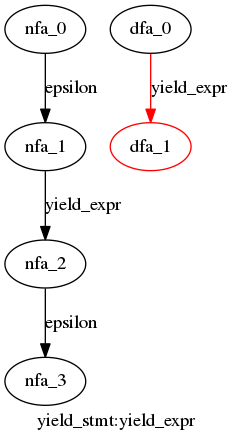
WinChua/blog keeps this Graphviz diagram as cpython/grammar/handwrite/nfa_dfas/26.yield_stmt.dot.png. Above is the earlier version. Its source is kept beside it as cpython/grammar/handwrite/nfa_dfas/26.yield_stmt.dot.
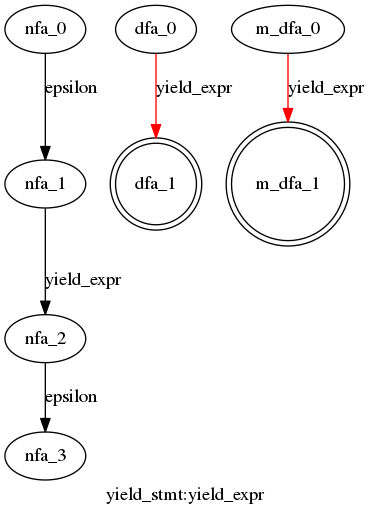
The same diagram one commit later.

Diff of the diagram source:
```diff
@@ -7,6 +7,10 @@
   }
  subgraph yield_stmt_dfa {
   dfa_0->dfa_1[label="yield_expr",color=red]
-  dfa_1[color=red]
+  dfa_1[shape=doublecircle]
+  }
+ subgraph yield_stmt_m_dfa {
+  m_dfa_0->m_dfa_1[label="yield_expr",color=red]
+  m_dfa_1[shape=doublecircle]
   }
 }
```
